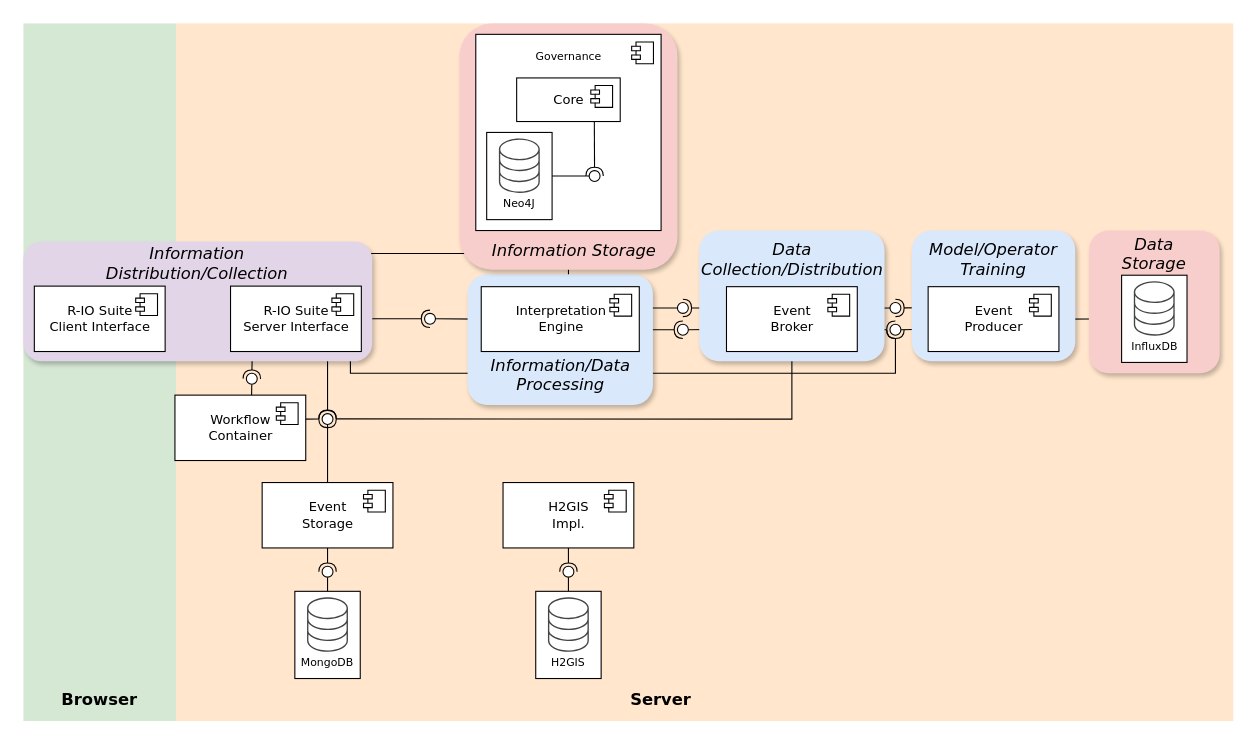
Kydlaw/Dissertation keeps this draw.io diagram as figures/chap-5/RIO-archi-concepts.drawio. Above is the earlier version. Source tidied: cells renumbered, new cells numbered last; positions are measured from the earlier drawing's top-left corner, leaving out a move shared by most shapes. Both pictures are drawn from the tidied source at 109%, with x=0, y=0 at pixel (23, 23).
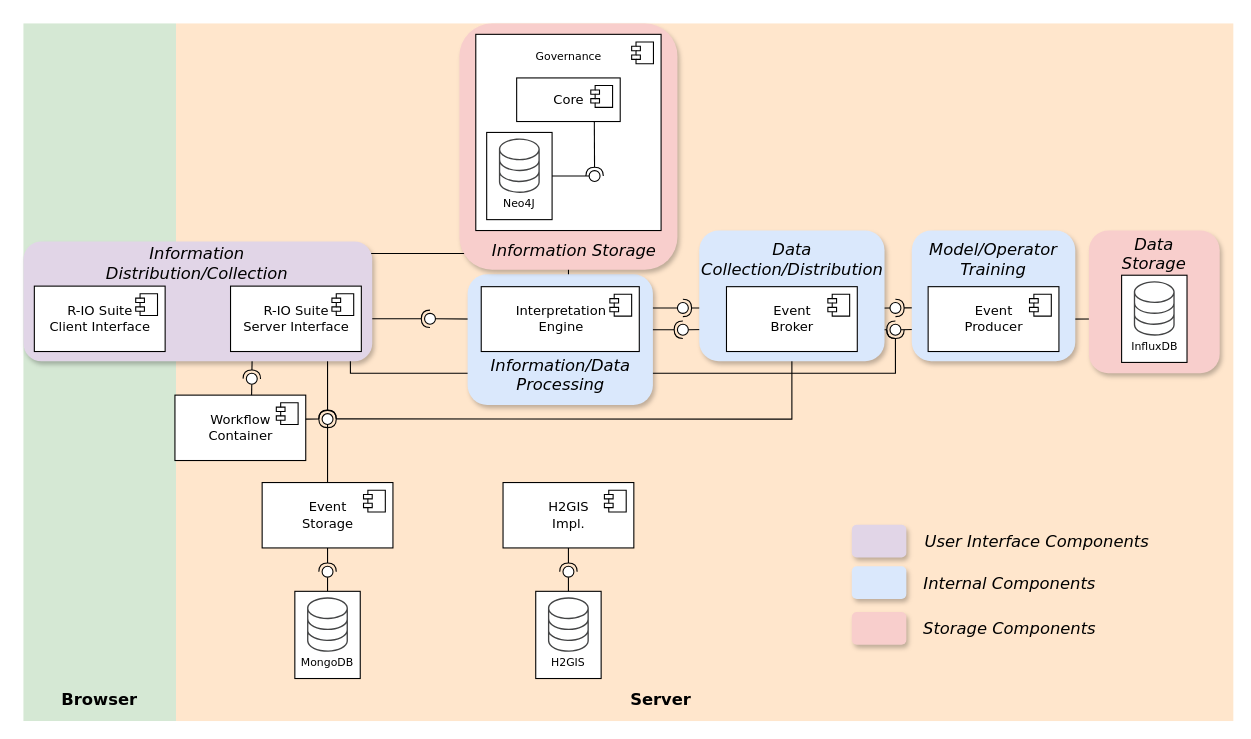
The same diagram, later.

What changed in the source:
```diff
@@
+    <mxCell id="99" style="rounded=1;whiteSpace=wrap;html=1;fontFamily=Verdana;fontSize=15;strokeColor=none;fillColor=#e1d5e7;shadow=1;" parent="1" vertex="1">
+      <mxGeometry x="760" y="460" width="50" height="30" as="geometry" />
+    </mxCell>
+    <mxCell id="100" style="rounded=1;whiteSpace=wrap;html=1;fontFamily=Verdana;fontSize=15;strokeColor=none;fillColor=#dae8fc;shadow=1;" parent="1" vertex="1">
+      <mxGeometry x="760" y="498" width="50" height="30" as="geometry" />
+    </mxCell>
+    <mxCell id="101" style="rounded=1;whiteSpace=wrap;html=1;fontFamily=Verdana;fontSize=15;strokeColor=none;fillColor=#f8cecc;shadow=1;" parent="1" vertex="1">
+      <mxGeometry x="760" y="540" width="50" height="30" as="geometry" />
+    </mxCell>
+    <mxCell id="102" value="Storage Components" style="text;html=1;strokeColor=none;fillColor=none;align=center;verticalAlign=middle;whiteSpace=wrap;rounded=0;fontFamily=Verdana;fontColor=#000000;fontStyle=2;fontSize=15;" parent="1" vertex="1">
+      <mxGeometry x="820" y="540" width="170" height="30" as="geometry" />
+    </mxCell>
+    <mxCell id="103" value="Internal Components" style="text;html=1;strokeColor=none;fillColor=none;align=center;verticalAlign=middle;whiteSpace=wrap;rounded=0;fontFamily=Verdana;fontColor=#000000;fontStyle=2;fontSize=15;" parent="1" vertex="1">
+      <mxGeometry x="820" y="498" width="170" height="30" as="geometry" />
+    </mxCell>
+    <mxCell id="104" value="User Interface Components" style="text;html=1;strokeColor=none;fillColor=none;align=center;verticalAlign=middle;whiteSpace=wrap;rounded=0;fontFamily=Verdana;fontColor=#000000;fontStyle=2;fontSize=15;" parent="1" vertex="1">
+      <mxGeometry x="820" y="460" width="220" height="30" as="geometry" />
+    </mxCell>
```
